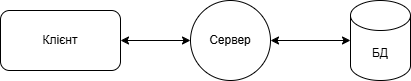
Earlier version of the draw.io export ApplicationComponent.png (DipodidaeA/WebPy_LB2). Source tidied: cells renumbered, new cells last; positions are measured from the earlier drawing's top-left corner, leaving out a move shared by most shapes. The source it was exported from:
```xml
<mxGraphModel>
  <root>
    <mxCell id="0" />
    <mxCell id="1" parent="0" />
    <mxCell id="2" value="Клієнт" style="rounded=1;whiteSpace=wrap;html=1;" parent="1" vertex="1">
      <mxGeometry y="10" width="120" height="60" as="geometry" />
    </mxCell>
    <mxCell id="3" value="БД" style="shape=cylinder3;whiteSpace=wrap;html=1;boundedLbl=1;backgroundOutline=1;size=15;" parent="1" vertex="1">
      <mxGeometry x="350" width="60" height="80" as="geometry" />
    </mxCell>
    <mxCell id="4" value="Сервер" style="ellipse;whiteSpace=wrap;html=1;" parent="1" vertex="1">
      <mxGeometry x="190" width="80" height="80" as="geometry" />
    </mxCell>
    <mxCell id="5" style="endArrow=classic;startArrow=classic;html=1;rounded=0;exitX=1;exitY=0.5;exitDx=0;exitDy=0;entryX=0;entryY=0.5;entryDx=0;entryDy=0;" parent="1" edge="1" source="2" target="4">
      <mxGeometry relative="1" as="geometry" />
    </mxCell>
    <mxCell id="6" style="endArrow=classic;startArrow=classic;html=1;rounded=0;exitX=1;exitY=0.5;exitDx=0;exitDy=0;entryX=0;entryY=0.5;entryDx=0;entryDy=0;entryPerimeter=0;" parent="1" edge="1" source="4" target="3">
      <mxGeometry relative="1" as="geometry" />
    </mxCell>
  </root>
</mxGraphModel>
```
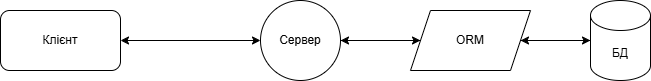
After the change.

Change to the diagram source:
```diff
@@ -3,19 +3,31 @@
     <mxCell id="0" />
     <mxCell id="1" parent="0" />
     <mxCell id="2" value="Клієнт" style="rounded=1;whiteSpace=wrap;html=1;" parent="1" vertex="1">
-      <mxGeometry y="10" width="120" height="60" as="geometry" />
+      <mxGeometry x="-70" y="10" width="120" height="60" as="geometry" />
     </mxCell>
+    <mxCell id="7" style="edgeStyle=orthogonalEdgeStyle;rounded=0;jettySize=auto;html=1;exitX=0;exitY=0.5;exitDx=0;exitDy=0;exitPerimeter=0;entryX=1;entryY=0.5;entryDx=0;entryDy=0;" parent="1" edge="1" source="3" target="10">
+      <mxGeometry relative="1" as="geometry" />
+    </mxCell>
     <mxCell id="3" value="БД" style="shape=cylinder3;whiteSpace=wrap;html=1;boundedLbl=1;backgroundOutline=1;size=15;" parent="1" vertex="1">
-      <mxGeometry x="350" width="60" height="80" as="geometry" />
+      <mxGeometry x="520" width="60" height="80" as="geometry" />
     </mxCell>
+    <mxCell id="8" style="edgeStyle=orthogonalEdgeStyle;rounded=0;jettySize=auto;html=1;exitX=1;exitY=0.5;exitDx=0;exitDy=0;entryX=0;entryY=0.5;entryDx=0;entryDy=0;" parent="1" edge="1" source="4" target="10">
+      <mxGeometry relative="1" as="geometry" />
+    </mxCell>
     <mxCell id="4" value="Сервер" style="ellipse;whiteSpace=wrap;html=1;" parent="1" vertex="1">
       <mxGeometry x="190" width="80" height="80" as="geometry" />
     </mxCell>
     <mxCell id="5" style="endArrow=classic;startArrow=classic;html=1;rounded=0;exitX=1;exitY=0.5;exitDx=0;exitDy=0;entryX=0;entryY=0.5;entryDx=0;entryDy=0;" parent="1" edge="1" source="2" target="4">
       <mxGeometry relative="1" as="geometry" />
     </mxCell>
-    <mxCell id="6" style="endArrow=classic;startArrow=classic;html=1;rounded=0;exitX=1;exitY=0.5;exitDx=0;exitDy=0;entryX=0;entryY=0.5;entryDx=0;entryDy=0;entryPerimeter=0;" parent="1" edge="1" source="4" target="3">
-      <mxGeometry relative="1" as="geometry" />
-    </mxCell>
+    <mxCell id="9" style="edgeStyle=orthogonalEdgeStyle;rounded=0;jettySize=auto;html=1;exitX=0;exitY=0.5;exitDx=0;exitDy=0;entryX=1;entryY=0.5;entryDx=0;entryDy=0;" parent="1" edge="1" source="10" target="4">
+      <mxGeometry relative="1" as="geometry" />
+    </mxCell>
+    <mxCell id="10" value="ORM" style="shape=parallelogram;perimeter=parallelogramPerimeter;whiteSpace=wrap;html=1;fixedSize=1;" parent="1" vertex="1">
+      <mxGeometry x="340" y="10" width="120" height="60" as="geometry" />
+    </mxCell>
+    <mxCell id="11" style="edgeStyle=orthogonalEdgeStyle;rounded=0;jettySize=auto;html=1;exitX=1;exitY=0.5;exitDx=0;exitDy=0;entryX=0;entryY=0.5;entryDx=0;entryDy=0;entryPerimeter=0;" parent="1" edge="1" source="10" target="3">
+      <mxGeometry relative="1" as="geometry" />
+    </mxCell>
   </root>
 </mxGraphModel>
```
